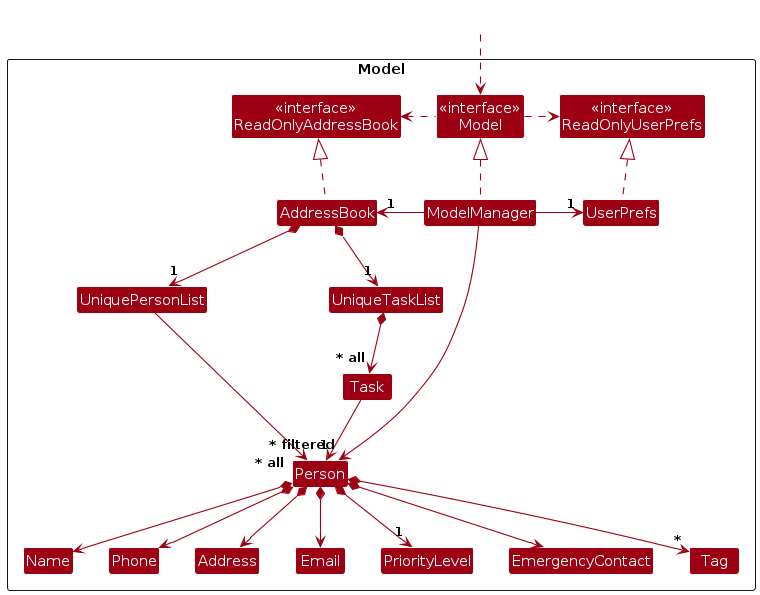
Above: diagrams/ModelClassDiagram.png in yixianggg/tp (PlantUML), before the change. Its source is kept beside it as diagrams/ModelClassDiagram.puml.
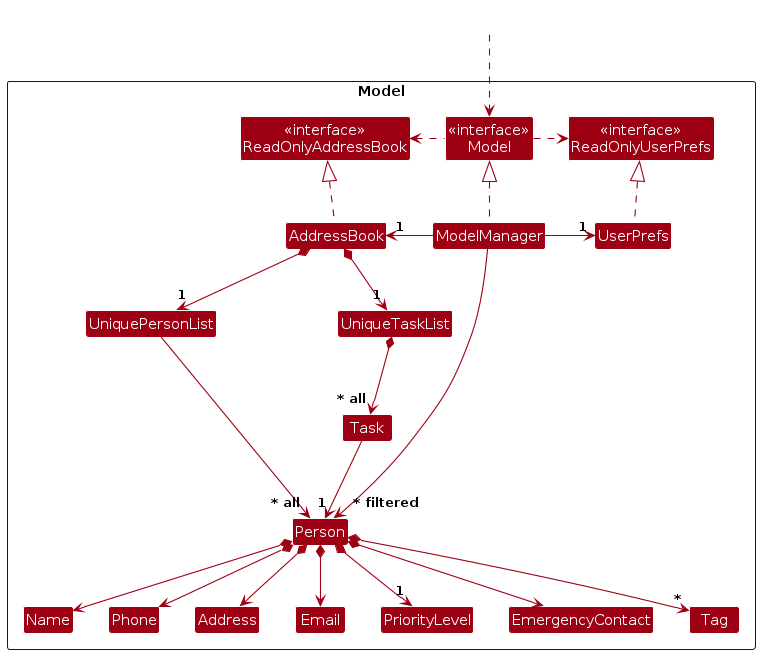
After the commit.

Change to the diagram source:
```diff
@@ -36,8 +36,8 @@
 ModelManager .up.|> Model
 Model .right.> ReadOnlyUserPrefs
 Model .left.> ReadOnlyAddressBook
-ModelManager -left-> "1" AddressBook
-ModelManager -right-> "1" UserPrefs
+ModelManager -left-> "1" AddressBook : ""
+ModelManager -right-> "1" UserPrefs : ""
 UserPrefs .up.|> ReadOnlyUserPrefs
 
 AddressBook *--> "1" UniquePersonList
@@ -51,7 +51,7 @@
 Person *--> EmergencyContact
 Person *--> "*" Tag
 UniqueTaskList *--> "~* all" Task
-Task --> "1" Person
+Task --> "1" Person : ""
 
 Person -[hidden]up--> I
 UniquePersonList -[hidden]right-> I
@@ -62,5 +62,5 @@
 Email -[hidden]right-> PriorityLevel
 PriorityLevel -[hidden]right-> EmergencyContact
 
-ModelManager --> "~* filtered" Person
+ModelManager --> "~* filtered" Person : ""
 @enduml
```
